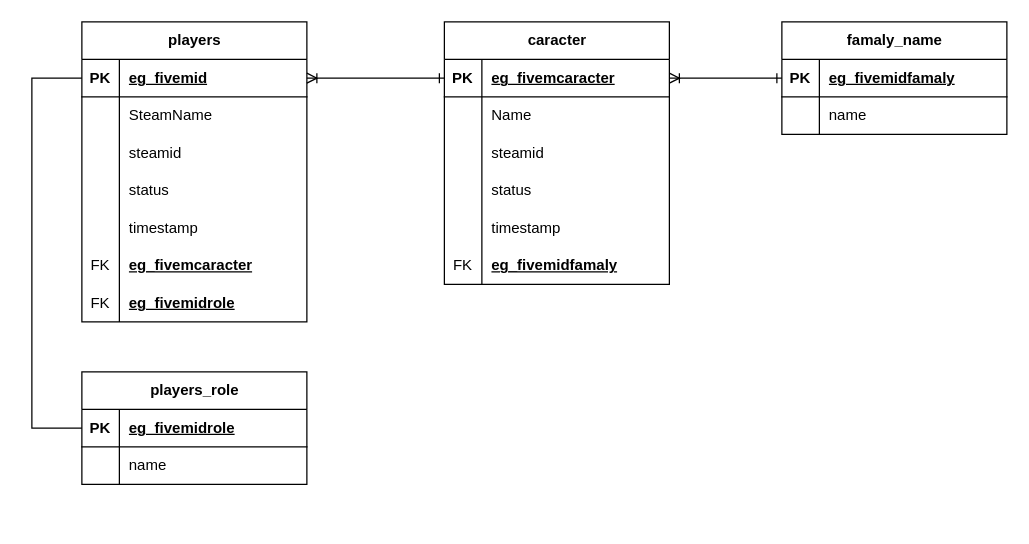
Fevereiro2/Docs keeps this draw.io diagram as EGSolutions/Designs/Diagrams/FivemDatabase.drawio. Above is the earlier version. Source tidied: cells renumbered, new cells numbered last; positions are measured from the earlier drawing's top-left corner, leaving out a move shared by most shapes. Both pictures are drawn from the tidied source at 125%, with x=0, y=0 at pixel (31, 21).
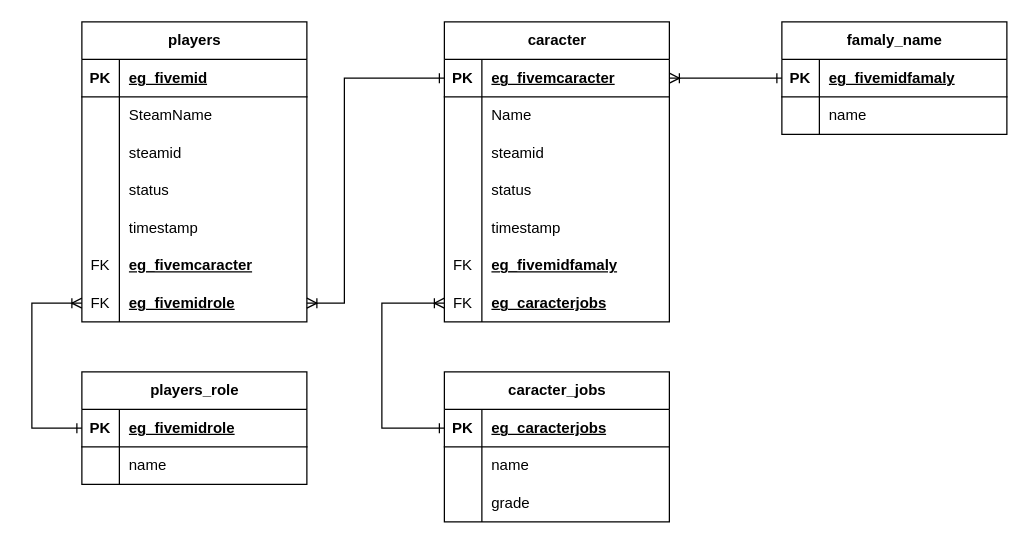
Above is the later version.

Commit message:
caracter_jobs

Unchanged cells that the change refers to:
```xml
<mxCell id="3" style="shape=tableRow;horizontal=0;startSize=0;swimlaneHead=0;swimlaneBody=0;fillColor=none;points=[[0,0.5],[1,0.5]];portConstraint=eastwest;top=0;left=0;right=0;bottom=1;" parent="2" vertex="1">
  <mxGeometry y="30" width="180" height="30" as="geometry" />
</mxCell>
<mxCell id="21" style="shape=tableRow;horizontal=0;startSize=0;swimlaneHead=0;swimlaneBody=0;fillColor=none;points=[[0,0.5],[1,0.5]];portConstraint=eastwest;top=0;left=0;right=0;bottom=0;" parent="2" vertex="1">
  <mxGeometry y="210" width="180" height="30" as="geometry" />
</mxCell>
<mxCell id="25" style="shape=tableRow;horizontal=0;startSize=0;swimlaneHead=0;swimlaneBody=0;fillColor=none;points=[[0,0.5],[1,0.5]];portConstraint=eastwest;top=0;left=0;right=0;bottom=1;" parent="24" vertex="1">
  <mxGeometry y="30" width="180" height="30" as="geometry" />
</mxCell>
<mxCell id="53" style="shape=tableRow;horizontal=0;startSize=0;swimlaneHead=0;swimlaneBody=0;fillColor=none;points=[[0,0.5],[1,0.5]];portConstraint=eastwest;top=0;left=0;right=0;bottom=1;" parent="52" vertex="1">
  <mxGeometry y="30" width="180" height="30" as="geometry" />
</mxCell>
```

What changed in the source:
```diff
@@
     <mxCell id="24" value="caracter" style="shape=table;startSize=30;childLayout=tableLayout;rowLines=0;fontStyle=1;align=center;html=1;" parent="1" vertex="1">
-      <mxGeometry x="330" width="180" height="210" as="geometry" />
+      <mxGeometry x="330" width="180" height="240" as="geometry" />
     </mxCell>
@@
+    <mxCell id="60" style="shape=tableRow;horizontal=0;startSize=0;swimlaneHead=0;swimlaneBody=0;fillColor=none;points=[[0,0.5],[1,0.5]];portConstraint=eastwest;top=0;left=0;right=0;bottom=0;" parent="24" vertex="1">
+      <mxGeometry y="210" width="180" height="30" as="geometry" />
+    </mxCell>
+    <mxCell id="61" value="FK" style="shape=partialRectangle;fillColor=none;top=0;left=0;bottom=0;right=0;overflow=hidden;whiteSpace=wrap;html=1;" parent="60" vertex="1">
+      <mxGeometry width="30" height="30" as="geometry" />
+    </mxCell>
+    <mxCell id="62" value="&lt;span style=&quot;font-weight: 700; text-decoration-line: underline;&quot;&gt;eg_caracterjobs&lt;/span&gt;" style="shape=partialRectangle;fillColor=none;top=0;left=0;bottom=0;right=0;align=left;spacingLeft=6;overflow=hidden;whiteSpace=wrap;html=1;" parent="60" vertex="1">
+      <mxGeometry x="30" width="150" height="30" as="geometry" />
+    </mxCell>
@@
-    <mxCell id="51" style="endArrow=ERone;html=1;rounded=0;entryX=0;entryY=0.5;entryDx=0;entryDy=0;exitX=1;exitY=0.5;exitDx=0;exitDy=0;startArrow=ERoneToMany;startFill=0;endFill=0;" parent="1" edge="1" source="3" target="25">
-      <mxGeometry relative="1" as="geometry" />
+    <mxCell id="51" style="endArrow=ERone;html=1;rounded=0;entryX=0;entryY=0.5;entryDx=0;entryDy=0;startArrow=ERoneToMany;startFill=0;endFill=0;exitX=1;exitY=0.5;exitDx=0;exitDy=0;" parent="1" edge="1" source="21" target="25">
+      <mxGeometry relative="1" as="geometry">
+        <Array as="points">
+          <mxPoint x="250" y="225" />
+          <mxPoint x="250" y="45" />
+        </Array>
+      </mxGeometry>
     </mxCell>
@@
-    <mxCell id="59" style="endArrow=none;html=1;rounded=0;entryX=0;entryY=0.5;entryDx=0;entryDy=0;exitX=0;exitY=0.5;exitDx=0;exitDy=0;" parent="1" edge="1" source="3" target="53">
+    <mxCell id="59" style="endArrow=ERone;html=1;rounded=0;entryX=0;entryY=0.5;entryDx=0;entryDy=0;exitX=0;exitY=0.5;exitDx=0;exitDy=0;endFill=0;startArrow=ERoneToMany;startFill=0;" parent="1" edge="1" source="21" target="53">
       <mxGeometry relative="1" as="geometry">
         <Array as="points">
-          <mxPoint y="45" />
+          <mxPoint y="225" />
           <mxPoint y="325" />
         </Array>
       </mxGeometry>
     </mxCell>
+    <mxCell id="63" value="caracter_jobs" style="shape=table;startSize=30;childLayout=tableLayout;rowLines=0;fontStyle=1;align=center;html=1;" parent="1" vertex="1">
+      <mxGeometry x="330" y="280" width="180" height="120" as="geometry" />
+    </mxCell>
+    <mxCell id="64" style="shape=tableRow;horizontal=0;startSize=0;swimlaneHead=0;swimlaneBody=0;fillColor=none;points=[[0,0.5],[1,0.5]];portConstraint=eastwest;top=0;left=0;right=0;bottom=1;" parent="63" vertex="1">
+      <mxGeometry y="30" width="180" height="30" as="geometry" />
+    </mxCell>
+    <mxCell id="65" value="PK" style="shape=partialRectangle;fillColor=none;top=0;left=0;bottom=0;right=0;fontStyle=1;overflow=hidden;whiteSpace=wrap;html=1;" parent="64" vertex="1">
+      <mxGeometry width="30" height="30" as="geometry" />
+    </mxCell>
+    <mxCell id="66" value="eg_caracterjobs" style="shape=partialRectangle;fillColor=none;top=0;left=0;bottom=0;right=0;align=left;spacingLeft=6;fontStyle=5;overflow=hidden;whiteSpace=wrap;html=1;" parent="64" vertex="1">
+      <mxGeometry x="30" width="150" height="30" as="geometry" />
+    </mxCell>
+    <mxCell id="67" style="shape=tableRow;horizontal=0;startSize=0;swimlaneHead=0;swimlaneBody=0;fillColor=none;top=0;left=0;right=0;bottom=0;" parent="63" vertex="1">
+      <mxGeometry y="60" width="180" height="30" as="geometry" />
+    </mxCell>
+    <mxCell id="68" style="shape=partialRectangle;fillColor=none;top=0;left=0;bottom=0;right=0;overflow=hidden;whiteSpace=wrap;html=1;" parent="67" vertex="1">
+      <mxGeometry width="30" height="30" as="geometry" />
+    </mxCell>
+    <mxCell id="69" value="name" style="shape=partialRectangle;fillColor=none;top=0;left=0;bottom=0;right=0;align=left;spacingLeft=6;overflow=hidden;whiteSpace=wrap;html=1;" parent="67" vertex="1">
+      <mxGeometry x="30" width="150" height="30" as="geometry" />
+    </mxCell>
+    <mxCell id="70" style="shape=tableRow;horizontal=0;startSize=0;swimlaneHead=0;swimlaneBody=0;fillColor=none;top=0;left=0;right=0;bottom=0;" parent="63" vertex="1">
+      <mxGeometry y="90" width="180" height="30" as="geometry" />
+    </mxCell>
+    <mxCell id="71" style="shape=partialRectangle;fillColor=none;top=0;left=0;bottom=0;right=0;overflow=hidden;whiteSpace=wrap;html=1;" parent="70" vertex="1">
+      <mxGeometry width="30" height="30" as="geometry" />
+    </mxCell>
+    <mxCell id="72" value="grade" style="shape=partialRectangle;fillColor=none;top=0;left=0;bottom=0;right=0;align=left;spacingLeft=6;overflow=hidden;whiteSpace=wrap;html=1;" parent="70" vertex="1">
+      <mxGeometry x="30" width="150" height="30" as="geometry" />
+    </mxCell>
+    <mxCell id="73" style="endArrow=ERoneToMany;html=1;rounded=0;exitX=0;exitY=0.5;exitDx=0;exitDy=0;entryX=0;entryY=0.5;entryDx=0;entryDy=0;startArrow=ERone;startFill=0;endFill=0;" parent="1" edge="1" source="64" target="60">
+      <mxGeometry relative="1" as="geometry">
+        <Array as="points">
+          <mxPoint x="280" y="325" />
+          <mxPoint x="280" y="225" />
+        </Array>
+      </mxGeometry>
+    </mxCell>
```
